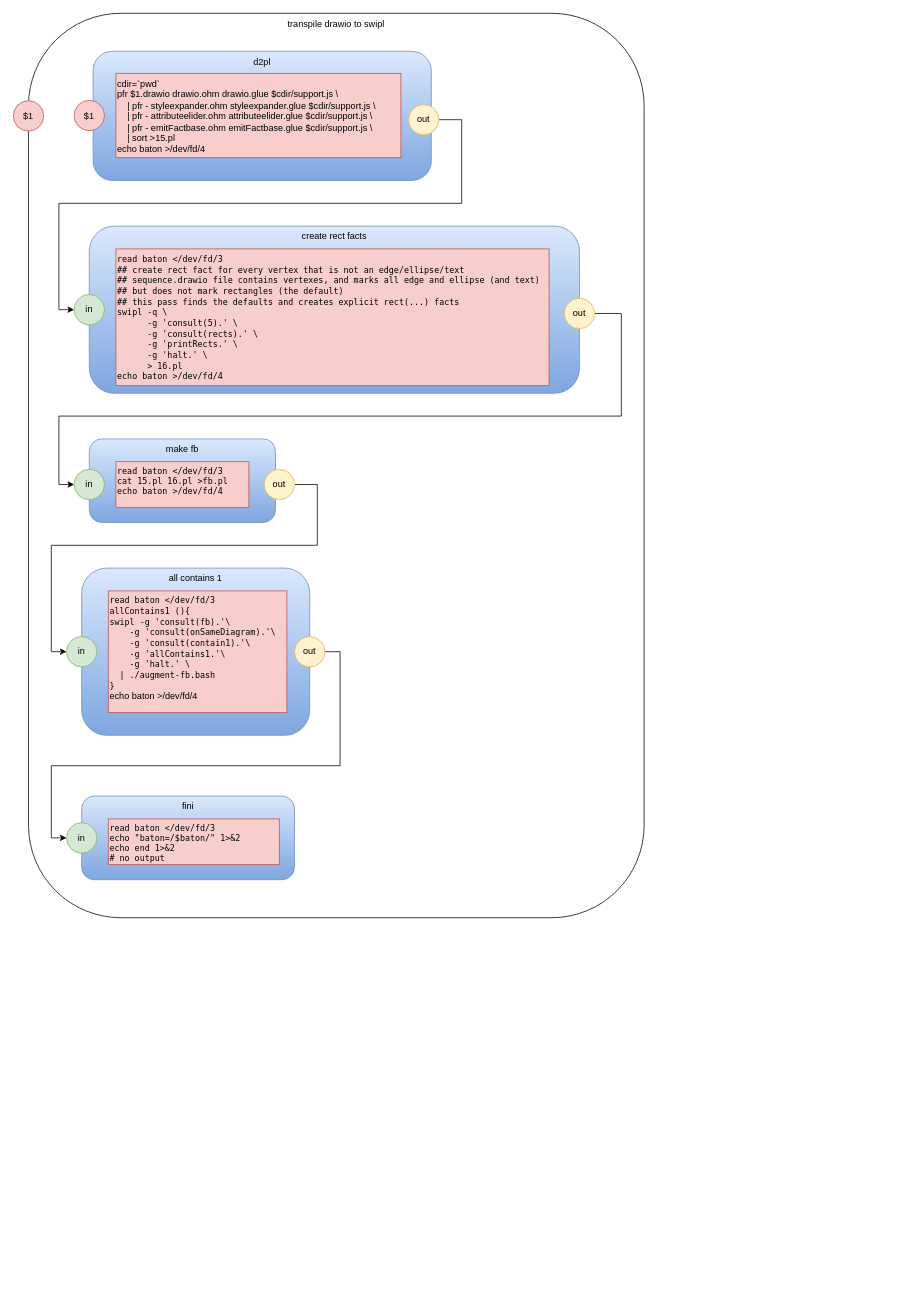
Before: transpile_drawio_to_swipl.drawio in guitarvydas/vsh, a draw.io diagram. Source tidied: cells renumbered, new cells numbered last; positions are measured from the earlier drawing's top-left corner, leaving out a move shared by most shapes. Both pictures are drawn from the tidied source at 76%, with x=0, y=0 at pixel (13, 13).
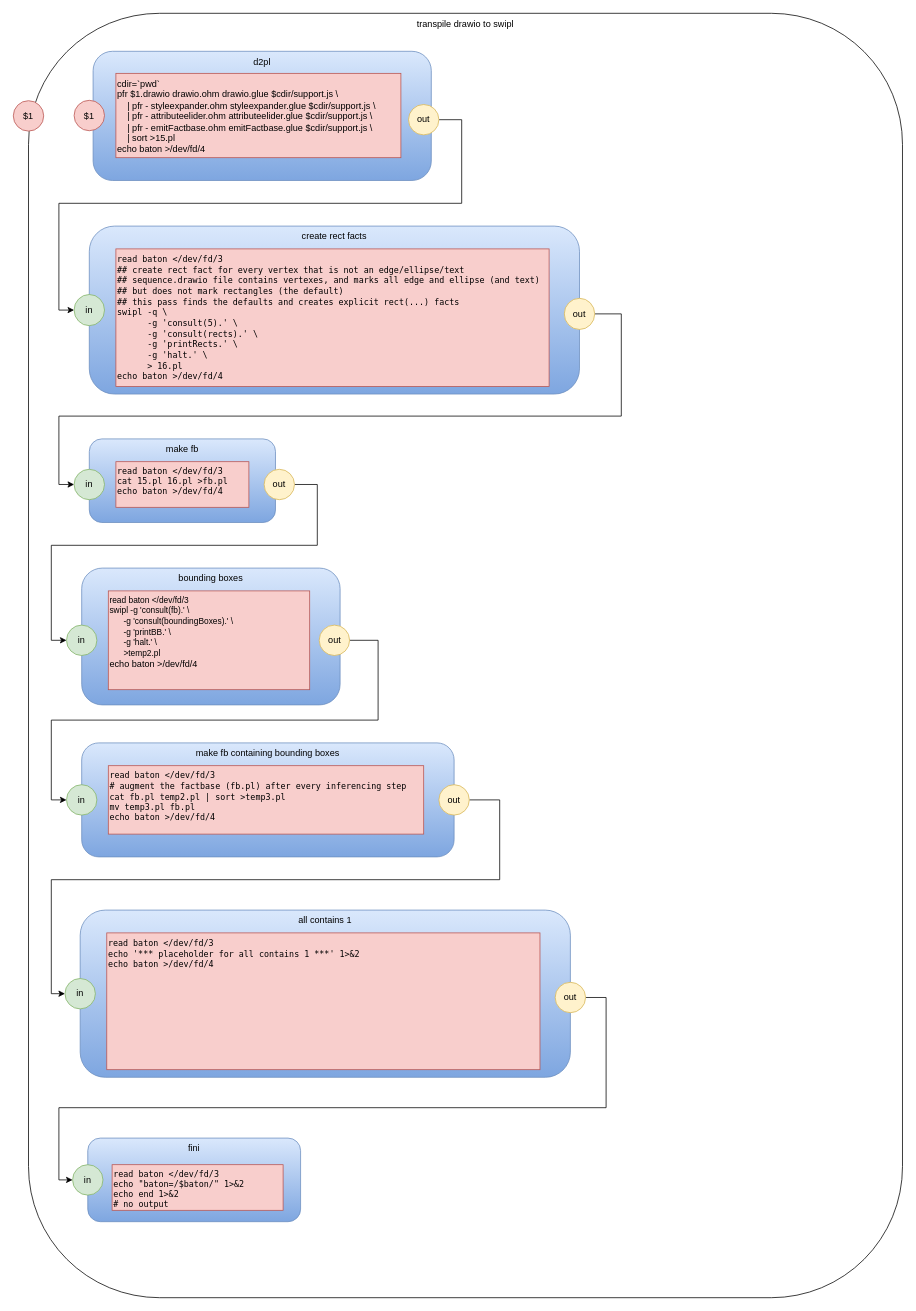
After the change.

Unchanged cells that the change refers to:
```xml
<mxCell id="21" value="out" style="ellipse;whiteSpace=wrap;html=1;fillColor=#fff2cc;strokeColor=#d6b656;" parent="1" vertex="1">
  <mxGeometry x="330" y="600" width="40" height="40" as="geometry" />
</mxCell>
```

What changed in the source:
```diff
@@
     <mxCell id="2" value="transpile drawio to swipl" style="rounded=1;whiteSpace=wrap;html=1;verticalAlign=top;" parent="1" vertex="1">
-      <mxGeometry x="20" width="810" height="1190" as="geometry" />
+      <mxGeometry x="20" width="1150" height="1690" as="geometry" />
     </mxCell>
@@
     <mxCell id="7" value="create rect facts" style="rounded=1;whiteSpace=wrap;html=1;gradientColor=#7ea6e0;fillColor=#dae8fc;strokeColor=#6c8ebf;verticalAlign=top;" parent="1" vertex="1">
-      <mxGeometry x="100" y="280" width="645" height="220" as="geometry" />
+      <mxGeometry x="100" y="280" width="645" height="221" as="geometry" />
     </mxCell>
     <mxCell id="8" value="in" style="ellipse;whiteSpace=wrap;html=1;fillColor=#d5e8d4;strokeColor=#82b366;" parent="1" vertex="1">
-      <mxGeometry x="80" y="370" width="40" height="40" as="geometry" />
+      <mxGeometry x="80" y="370" width="40" height="41" as="geometry" />
     </mxCell>
     <mxCell id="9" value="&lt;p class=&quot;p1&quot; style=&quot;margin: 0px ; font-stretch: normal ; line-height: normal&quot;&gt;&lt;font face=&quot;menlo&quot;&gt;&lt;span style=&quot;font-size: 11px&quot;&gt;read baton &amp;lt;/dev/fd/3&lt;/span&gt;&lt;/font&gt;&lt;/p&gt;&lt;p class=&quot;p1&quot; style=&quot;margin: 0px ; font-stretch: normal ; line-height: normal&quot;&gt;&lt;font face=&quot;menlo&quot;&gt;&lt;span style=&quot;font-size: 11px&quot;&gt;## create rect fact for every vertex that is not an edge/ellipse/text&lt;/span&gt;&lt;/font&gt;&lt;/p&gt;&lt;p class=&quot;p1&quot; style=&quot;margin: 0px ; font-stretch: normal ; line-height: normal&quot;&gt;&lt;font face=&quot;menlo&quot;&gt;&lt;span style=&quot;font-size: 11px&quot;&gt;## sequence.drawio file contains vertexes, and marks all edge and ellipse (and text)&lt;/span&gt;&lt;/font&gt;&lt;/p&gt;&lt;p class=&quot;p1&quot; style=&quot;margin: 0px ; font-stretch: normal ; line-height: normal&quot;&gt;&lt;font face=&quot;menlo&quot;&gt;&lt;span style=&quot;font-size: 11px&quot;&gt;## but does not mark rectangles (the default)&lt;/span&gt;&lt;/font&gt;&lt;/p&gt;&lt;p class=&quot;p1&quot; style=&quot;margin: 0px ; font-stretch: normal ; line-height: normal&quot;&gt;&lt;font face=&quot;menlo&quot;&gt;&lt;span style=&quot;font-size: 11px&quot;&gt;## this pass finds the defaults and creates explicit rect(...) facts&lt;/span&gt;&lt;/font&gt;&lt;/p&gt;&lt;p class=&quot;p1&quot; style=&quot;margin: 0px ; font-stretch: normal ; line-height: normal&quot;&gt;&lt;font face=&quot;menlo&quot;&gt;&lt;span style=&quot;font-size: 11px&quot;&gt;swipl -q \&lt;/span&gt;&lt;/font&gt;&lt;/p&gt;&lt;p class=&quot;p1&quot; style=&quot;margin: 0px ; font-stretch: normal ; line-height: normal&quot;&gt;&lt;font face=&quot;menlo&quot;&gt;&lt;span style=&quot;font-size: 11px&quot;&gt;&amp;nbsp; &amp;nbsp; &amp;nbsp; -g 'consult(5).' \&lt;/span&gt;&lt;/font&gt;&lt;/p&gt;&lt;p class=&quot;p1&quot; style=&quot;margin: 0px ; font-stretch: normal ; line-height: normal&quot;&gt;&lt;font face=&quot;menlo&quot;&gt;&lt;span style=&quot;font-size: 11px&quot;&gt;&amp;nbsp; &amp;nbsp; &amp;nbsp; -g 'consult(rects).' \&lt;/span&gt;&lt;/font&gt;&lt;/p&gt;&lt;p class=&quot;p1&quot; style=&quot;margin: 0px ; font-stretch: normal ; line-height: normal&quot;&gt;&lt;font face=&quot;menlo&quot;&gt;&lt;span style=&quot;font-size: 11px&quot;&gt;&amp;nbsp; &amp;nbsp; &amp;nbsp; -g 'printRects.' \&lt;/span&gt;&lt;/font&gt;&lt;/p&gt;&lt;p class=&quot;p1&quot; style=&quot;margin: 0px ; font-stretch: normal ; line-height: normal&quot;&gt;&lt;font face=&quot;menlo&quot;&gt;&lt;span style=&quot;font-size: 11px&quot;&gt;&amp;nbsp; &amp;nbsp; &amp;nbsp; -g 'halt.' \&lt;/span&gt;&lt;/font&gt;&lt;/p&gt;&lt;p class=&quot;p1&quot; style=&quot;margin: 0px ; font-stretch: normal ; line-height: normal&quot;&gt;&lt;font face=&quot;menlo&quot;&gt;&lt;span style=&quot;font-size: 11px&quot;&gt;&amp;nbsp; &amp;nbsp; &amp;nbsp; &amp;gt; 16.pl&lt;/span&gt;&lt;/font&gt;&lt;/p&gt;&lt;p class=&quot;p1&quot; style=&quot;margin: 0px ; font-stretch: normal ; line-height: normal&quot;&gt;&lt;font face=&quot;menlo&quot;&gt;&lt;span style=&quot;font-size: 11px&quot;&gt;echo baton &amp;gt;/dev/fd/4&lt;/span&gt;&lt;/font&gt;&lt;/p&gt;&lt;div&gt;&lt;br&gt;&lt;/div&gt;" style="rounded=0;whiteSpace=wrap;html=1;fillColor=#f8cecc;strokeColor=#b85450;align=left;verticalAlign=top;" parent="1" vertex="1">
-      <mxGeometry x="135" y="310" width="570" height="180" as="geometry" />
+      <mxGeometry x="135" y="310" width="570" height="181" as="geometry" />
     </mxCell>
@@
     <mxCell id="16" value="out" style="ellipse;whiteSpace=wrap;html=1;fillColor=#fff2cc;strokeColor=#d6b656;" parent="1" vertex="1">
-      <mxGeometry x="725" y="375" width="40" height="40" as="geometry" />
+      <mxGeometry x="725" y="375" width="40" height="41" as="geometry" />
     </mxCell>
     <mxCell id="17" value="fini" style="rounded=1;whiteSpace=wrap;html=1;gradientColor=#7ea6e0;fillColor=#dae8fc;strokeColor=#6c8ebf;verticalAlign=top;" parent="1" vertex="1">
-      <mxGeometry x="90" y="1030" width="280" height="110" as="geometry" />
+      <mxGeometry x="98" y="1480" width="280" height="110" as="geometry" />
     </mxCell>
     <mxCell id="18" value="in" style="ellipse;whiteSpace=wrap;html=1;fillColor=#d5e8d4;strokeColor=#82b366;" parent="1" vertex="1">
-      <mxGeometry x="70" y="1065" width="40" height="40" as="geometry" />
+      <mxGeometry x="78" y="1515" width="40" height="40" as="geometry" />
     </mxCell>
     <mxCell id="19" value="&lt;p class=&quot;p1&quot; style=&quot;margin: 0px ; font-stretch: normal ; font-size: 11px ; line-height: normal ; font-family: &amp;#34;menlo&amp;#34;&quot;&gt;&lt;span class=&quot;s1&quot;&gt;read baton &amp;lt;/dev/fd/3&lt;/span&gt;&lt;/p&gt;&lt;p class=&quot;p1&quot; style=&quot;margin: 0px ; font-stretch: normal ; font-size: 11px ; line-height: normal ; font-family: &amp;#34;menlo&amp;#34;&quot;&gt;&lt;span class=&quot;s1&quot;&gt;echo &quot;baton=/$baton/&quot; 1&amp;gt;&amp;amp;2&lt;/span&gt;&lt;/p&gt;&lt;p class=&quot;p1&quot; style=&quot;margin: 0px ; font-stretch: normal ; font-size: 11px ; line-height: normal ; font-family: &amp;#34;menlo&amp;#34;&quot;&gt;&lt;span class=&quot;s1&quot;&gt;echo end 1&amp;gt;&amp;amp;2&lt;/span&gt;&lt;/p&gt;&lt;p class=&quot;p1&quot; style=&quot;margin: 0px ; font-stretch: normal ; font-size: 11px ; line-height: normal ; font-family: &amp;#34;menlo&amp;#34;&quot;&gt;&lt;span class=&quot;s1&quot;&gt;# no output&lt;/span&gt;&lt;/p&gt;" style="rounded=0;whiteSpace=wrap;html=1;fillColor=#f8cecc;strokeColor=#b85450;align=left;verticalAlign=top;" parent="1" vertex="1">
-      <mxGeometry x="125" y="1060" width="225" height="60" as="geometry" />
+      <mxGeometry x="130" y="1515" width="225" height="60" as="geometry" />
     </mxCell>
     <mxCell id="20" style="edgeStyle=orthogonalEdgeStyle;rounded=0;jettySize=auto;html=1;entryX=0;entryY=0.5;entryDx=0;entryDy=0;" parent="1" edge="1" source="21" target="23">
       <mxGeometry relative="1" as="geometry">
         <Array as="points">
           <mxPoint x="400" y="620" />
           <mxPoint x="400" y="700" />
           <mxPoint x="50" y="700" />
-          <mxPoint x="50" y="840" />
+          <mxPoint x="50" y="825" />
         </Array>
       </mxGeometry>
     </mxCell>
@@
-    <mxCell id="22" value="all contains 1" style="rounded=1;whiteSpace=wrap;html=1;gradientColor=#7ea6e0;fillColor=#dae8fc;strokeColor=#6c8ebf;verticalAlign=top;" parent="1" vertex="1">
-      <mxGeometry x="90" y="730" width="300" height="220" as="geometry" />
+    <mxCell id="22" value="bounding boxes" style="rounded=1;whiteSpace=wrap;html=1;gradientColor=#7ea6e0;fillColor=#dae8fc;strokeColor=#6c8ebf;verticalAlign=top;" parent="1" vertex="1">
+      <mxGeometry x="90" y="730" width="340" height="180" as="geometry" />
     </mxCell>
     <mxCell id="23" value="in" style="ellipse;whiteSpace=wrap;html=1;fillColor=#d5e8d4;strokeColor=#82b366;" parent="1" vertex="1">
-      <mxGeometry x="70" y="820" width="40" height="40" as="geometry" />
+      <mxGeometry x="70" y="805" width="40" height="40" as="geometry" />
     </mxCell>
-    <mxCell id="24" value="&lt;p class=&quot;p1&quot; style=&quot;margin: 0px ; font-stretch: normal ; font-size: 11px ; line-height: normal ; font-family: &amp;#34;menlo&amp;#34;&quot;&gt;&lt;span class=&quot;s1&quot;&gt;read baton &amp;lt;/dev/fd/3&lt;/span&gt;&lt;/p&gt;&lt;p class=&quot;p1&quot; style=&quot;margin: 0px ; font-stretch: normal ; line-height: normal&quot;&gt;&lt;font face=&quot;menlo&quot;&gt;&lt;span style=&quot;font-size: 11px&quot;&gt;allContains1 (){&lt;/span&gt;&lt;/font&gt;&lt;/p&gt;&lt;p class=&quot;p1&quot; style=&quot;margin: 0px ; font-stretch: normal ; line-height: normal&quot;&gt;&lt;font face=&quot;menlo&quot;&gt;&lt;span style=&quot;font-size: 11px&quot;&gt;swipl -g 'consult(fb).'\&lt;/span&gt;&lt;/font&gt;&lt;/p&gt;&lt;p class=&quot;p1&quot; style=&quot;margin: 0px ; font-stretch: normal ; line-height: normal&quot;&gt;&lt;font face=&quot;menlo&quot;&gt;&lt;span style=&quot;font-size: 11px&quot;&gt;&amp;nbsp; &amp;nbsp; -g 'consult(onSameDiagram).'\&lt;/span&gt;&lt;/font&gt;&lt;/p&gt;&lt;p class=&quot;p1&quot; style=&quot;margin: 0px ; font-stretch: normal ; line-height: normal&quot;&gt;&lt;font face=&quot;menlo&quot;&gt;&lt;span style=&quot;font-size: 11px&quot;&gt;&amp;nbsp; &amp;nbsp; -g 'consult(contain1).'\&lt;/span&gt;&lt;/font&gt;&lt;/p&gt;&lt;p class=&quot;p1&quot; style=&quot;margin: 0px ; font-stretch: normal ; line-height: normal&quot;&gt;&lt;font face=&quot;menlo&quot;&gt;&lt;span style=&quot;font-size: 11px&quot;&gt;&amp;nbsp; &amp;nbsp; -g 'allContains1.'\&lt;/span&gt;&lt;/font&gt;&lt;/p&gt;&lt;p class=&quot;p1&quot; style=&quot;margin: 0px ; font-stretch: normal ; line-height: normal&quot;&gt;&lt;font face=&quot;menlo&quot;&gt;&lt;span style=&quot;font-size: 11px&quot;&gt;&amp;nbsp; &amp;nbsp; -g 'halt.' \&lt;/span&gt;&lt;/font&gt;&lt;/p&gt;&lt;p class=&quot;p1&quot; style=&quot;margin: 0px ; font-stretch: normal ; line-height: normal&quot;&gt;&lt;font face=&quot;menlo&quot;&gt;&lt;span style=&quot;font-size: 11px&quot;&gt;&amp;nbsp; | ./augment-fb.bash&amp;nbsp;&lt;/span&gt;&lt;/font&gt;&lt;/p&gt;&lt;p class=&quot;p1&quot; style=&quot;margin: 0px ; font-stretch: normal ; line-height: normal&quot;&gt;&lt;font face=&quot;menlo&quot;&gt;&lt;span class=&quot;s1&quot; style=&quot;font-size: 11px&quot;&gt;&lt;/span&gt;&lt;/font&gt;&lt;/p&gt;&lt;p class=&quot;p1&quot; style=&quot;margin: 0px ; font-stretch: normal ; line-height: normal&quot;&gt;&lt;font face=&quot;menlo&quot;&gt;&lt;span style=&quot;font-size: 11px&quot;&gt;}&lt;/span&gt;&lt;/font&gt;&lt;/p&gt;&lt;div&gt;echo baton &amp;gt;/dev/fd/4&lt;/div&gt;" style="rounded=0;whiteSpace=wrap;html=1;fillColor=#f8cecc;strokeColor=#b85450;align=left;verticalAlign=top;" parent="1" vertex="1">
-      <mxGeometry x="125" y="760" width="235" height="160" as="geometry" />
+    <mxCell id="24" value="&lt;p class=&quot;p1&quot; style=&quot;margin: 0px ; font-stretch: normal ; font-size: 11px ; line-height: normal&quot;&gt;&lt;span class=&quot;s1&quot;&gt;&lt;font&gt;read baton &amp;lt;/dev/fd/3&lt;/font&gt;&lt;/span&gt;&lt;/p&gt;&lt;p class=&quot;p1&quot; style=&quot;margin: 0px ; font-stretch: normal ; line-height: normal&quot;&gt;&lt;font&gt;&lt;span style=&quot;font-size: 11px&quot;&gt;swipl -g 'consult(fb).' \&lt;/span&gt;&lt;/font&gt;&lt;/p&gt;&lt;p class=&quot;p1&quot; style=&quot;margin: 0px ; font-stretch: normal ; line-height: normal&quot;&gt;&lt;span style=&quot;font-size: 11px&quot;&gt;&amp;nbsp; &amp;nbsp; &amp;nbsp; -g 'consult(boundingBoxes).' \&lt;/span&gt;&lt;/p&gt;&lt;p class=&quot;p1&quot; style=&quot;margin: 0px ; font-stretch: normal ; line-height: normal&quot;&gt;&lt;span style=&quot;font-size: 11px&quot;&gt;&lt;font&gt;&amp;nbsp; &amp;nbsp; &amp;nbsp; -g 'printBB.' \&lt;/font&gt;&lt;/span&gt;&lt;/p&gt;&lt;p class=&quot;p1&quot; style=&quot;margin: 0px ; font-stretch: normal ; line-height: normal&quot;&gt;&lt;span style=&quot;font-size: 11px&quot;&gt;&lt;font&gt;&amp;nbsp; &amp;nbsp; &amp;nbsp; -g 'halt.' \&lt;/font&gt;&lt;/span&gt;&lt;/p&gt;&lt;p class=&quot;p1&quot; style=&quot;margin: 0px ; font-stretch: normal ; line-height: normal&quot;&gt;&lt;span style=&quot;font-size: 11px&quot;&gt;&lt;font&gt;&amp;nbsp; &amp;nbsp; &amp;nbsp; &amp;gt;temp2.pl&lt;/font&gt;&lt;/span&gt;&lt;/p&gt;&lt;p class=&quot;p1&quot; style=&quot;margin: 0px ; font-stretch: normal ; line-height: normal&quot;&gt;&lt;span&gt;&lt;font&gt;echo baton &amp;gt;/dev/fd/4&lt;/font&gt;&lt;/span&gt;&lt;br&gt;&lt;/p&gt;" style="rounded=0;whiteSpace=wrap;html=1;fillColor=#f8cecc;strokeColor=#b85450;align=left;verticalAlign=top;fontFamily=Helvetica;" parent="1" vertex="1">
+      <mxGeometry x="125" y="760" width="265" height="130" as="geometry" />
     </mxCell>
-    <mxCell id="25" style="edgeStyle=orthogonalEdgeStyle;rounded=0;jettySize=auto;html=1;" parent="1" edge="1" source="26" target="18">
-      <mxGeometry relative="1" as="geometry">
-        <Array as="points">
-          <mxPoint x="430" y="840" />
-          <mxPoint x="430" y="990" />
-          <mxPoint x="50" y="990" />
-          <mxPoint x="50" y="1085" />
-        </Array>
-      </mxGeometry>
-    </mxCell>
+    <mxCell id="27" style="edgeStyle=orthogonalEdgeStyle;rounded=0;jettySize=auto;html=1;entryX=0;entryY=0.5;entryDx=0;entryDy=0;fontFamily=Helvetica;" parent="1" edge="1" source="26" target="34">
+      <mxGeometry relative="1" as="geometry">
+        <Array as="points">
+          <mxPoint x="480" y="825" />
+          <mxPoint x="480" y="930" />
+          <mxPoint x="50" y="930" />
+          <mxPoint x="50" y="1035" />
+        </Array>
+      </mxGeometry>
+    </mxCell>
     <mxCell id="26" value="out" style="ellipse;whiteSpace=wrap;html=1;fillColor=#fff2cc;strokeColor=#d6b656;" parent="1" vertex="1">
-      <mxGeometry x="370" y="820" width="40" height="40" as="geometry" />
+      <mxGeometry x="402.5" y="805" width="40" height="40" as="geometry" />
     </mxCell>
+    <mxCell id="28" value="all contains 1" style="rounded=1;whiteSpace=wrap;html=1;gradientColor=#7ea6e0;fillColor=#dae8fc;strokeColor=#6c8ebf;verticalAlign=top;" parent="1" vertex="1">
+      <mxGeometry x="88" y="1180" width="645" height="220" as="geometry" />
+    </mxCell>
+    <mxCell id="29" value="in" style="ellipse;whiteSpace=wrap;html=1;fillColor=#d5e8d4;strokeColor=#82b366;" parent="1" vertex="1">
+      <mxGeometry x="68" y="1270" width="40" height="40" as="geometry" />
+    </mxCell>
+    <mxCell id="30" value="&lt;p class=&quot;p1&quot; style=&quot;margin: 0px ; font-stretch: normal ; line-height: normal&quot;&gt;&lt;font face=&quot;menlo&quot;&gt;&lt;span style=&quot;font-size: 11px&quot;&gt;read baton &amp;lt;/dev/fd/3&lt;/span&gt;&lt;/font&gt;&lt;/p&gt;&lt;p class=&quot;p1&quot; style=&quot;margin: 0px ; font-stretch: normal ; line-height: normal&quot;&gt;&lt;font face=&quot;menlo&quot;&gt;&lt;span style=&quot;font-size: 11px&quot;&gt;echo '*** placeholder for all contains 1 ***' 1&amp;gt;&amp;amp;2&lt;/span&gt;&lt;/font&gt;&lt;/p&gt;&lt;p class=&quot;p1&quot; style=&quot;margin: 0px ; font-stretch: normal ; line-height: normal&quot;&gt;&lt;font face=&quot;menlo&quot;&gt;&lt;span style=&quot;font-size: 11px&quot;&gt;echo baton &amp;gt;/dev/fd/4&lt;/span&gt;&lt;/font&gt;&lt;/p&gt;&lt;div&gt;&lt;br&gt;&lt;/div&gt;" style="rounded=0;whiteSpace=wrap;html=1;fillColor=#f8cecc;strokeColor=#b85450;align=left;verticalAlign=top;" parent="1" vertex="1">
+      <mxGeometry x="123" y="1210" width="570" height="180" as="geometry" />
+    </mxCell>
+    <mxCell id="31" style="edgeStyle=orthogonalEdgeStyle;rounded=0;jettySize=auto;html=1;fontFamily=Helvetica;" parent="1" edge="1" source="32" target="18">
+      <mxGeometry relative="1" as="geometry">
+        <Array as="points">
+          <mxPoint x="780" y="1295" />
+          <mxPoint x="780" y="1440" />
+          <mxPoint x="60" y="1440" />
+          <mxPoint x="60" y="1535" />
+        </Array>
+      </mxGeometry>
+    </mxCell>
+    <mxCell id="32" value="out" style="ellipse;whiteSpace=wrap;html=1;fillColor=#fff2cc;strokeColor=#d6b656;" parent="1" vertex="1">
+      <mxGeometry x="713" y="1275" width="40" height="40" as="geometry" />
+    </mxCell>
+    <mxCell id="33" value="make fb containing bounding boxes" style="rounded=1;whiteSpace=wrap;html=1;gradientColor=#7ea6e0;fillColor=#dae8fc;strokeColor=#6c8ebf;verticalAlign=top;" parent="1" vertex="1">
+      <mxGeometry x="90" y="960" width="490" height="150" as="geometry" />
+    </mxCell>
+    <mxCell id="34" value="in" style="ellipse;whiteSpace=wrap;html=1;fillColor=#d5e8d4;strokeColor=#82b366;" parent="1" vertex="1">
+      <mxGeometry x="70" y="1015" width="40" height="40" as="geometry" />
+    </mxCell>
+    <mxCell id="35" value="&lt;p class=&quot;p1&quot; style=&quot;margin: 0px ; font-stretch: normal ; font-size: 11px ; line-height: normal ; font-family: &amp;#34;menlo&amp;#34;&quot;&gt;&lt;span class=&quot;s1&quot;&gt;read baton &amp;lt;/dev/fd/3&lt;/span&gt;&lt;/p&gt;&lt;p class=&quot;p1&quot; style=&quot;margin: 0px ; font-stretch: normal ; line-height: normal&quot;&gt;&lt;font face=&quot;menlo&quot;&gt;&lt;span style=&quot;font-size: 11px&quot;&gt;# augment the factbase (fb.pl) after every inferencing step&lt;/span&gt;&lt;/font&gt;&lt;/p&gt;&lt;p class=&quot;p1&quot; style=&quot;margin: 0px ; font-stretch: normal ; line-height: normal&quot;&gt;&lt;font face=&quot;menlo&quot;&gt;&lt;span style=&quot;font-size: 11px&quot;&gt;cat fb.pl temp2.pl | sort &amp;gt;temp3.pl&lt;/span&gt;&lt;/font&gt;&lt;/p&gt;&lt;p class=&quot;p1&quot; style=&quot;margin: 0px ; font-stretch: normal ; line-height: normal&quot;&gt;&lt;font face=&quot;menlo&quot;&gt;&lt;span style=&quot;font-size: 11px&quot;&gt;mv temp3.pl fb.pl&lt;/span&gt;&lt;/font&gt;&lt;/p&gt;&lt;p class=&quot;p1&quot; style=&quot;margin: 0px ; font-stretch: normal ; font-size: 11px ; line-height: normal ; font-family: &amp;#34;menlo&amp;#34;&quot;&gt;&lt;span&gt;echo baton &amp;gt;/dev/fd/4&lt;/span&gt;&lt;br&gt;&lt;/p&gt;" style="rounded=0;whiteSpace=wrap;html=1;fillColor=#f8cecc;strokeColor=#b85450;align=left;verticalAlign=top;" parent="1" vertex="1">
+      <mxGeometry x="125" y="990" width="415" height="90" as="geometry" />
+    </mxCell>
+    <mxCell id="36" style="edgeStyle=orthogonalEdgeStyle;rounded=0;jettySize=auto;html=1;fontFamily=Helvetica;" parent="1" edge="1" source="37" target="29">
+      <mxGeometry relative="1" as="geometry">
+        <Array as="points">
+          <mxPoint x="640" y="1035" />
+          <mxPoint x="640" y="1140" />
+          <mxPoint x="50" y="1140" />
+          <mxPoint x="50" y="1290" />
+        </Array>
+      </mxGeometry>
+    </mxCell>
+    <mxCell id="37" value="out" style="ellipse;whiteSpace=wrap;html=1;fillColor=#fff2cc;strokeColor=#d6b656;" parent="1" vertex="1">
+      <mxGeometry x="560" y="1015" width="40" height="40" as="geometry" />
+    </mxCell>
```
